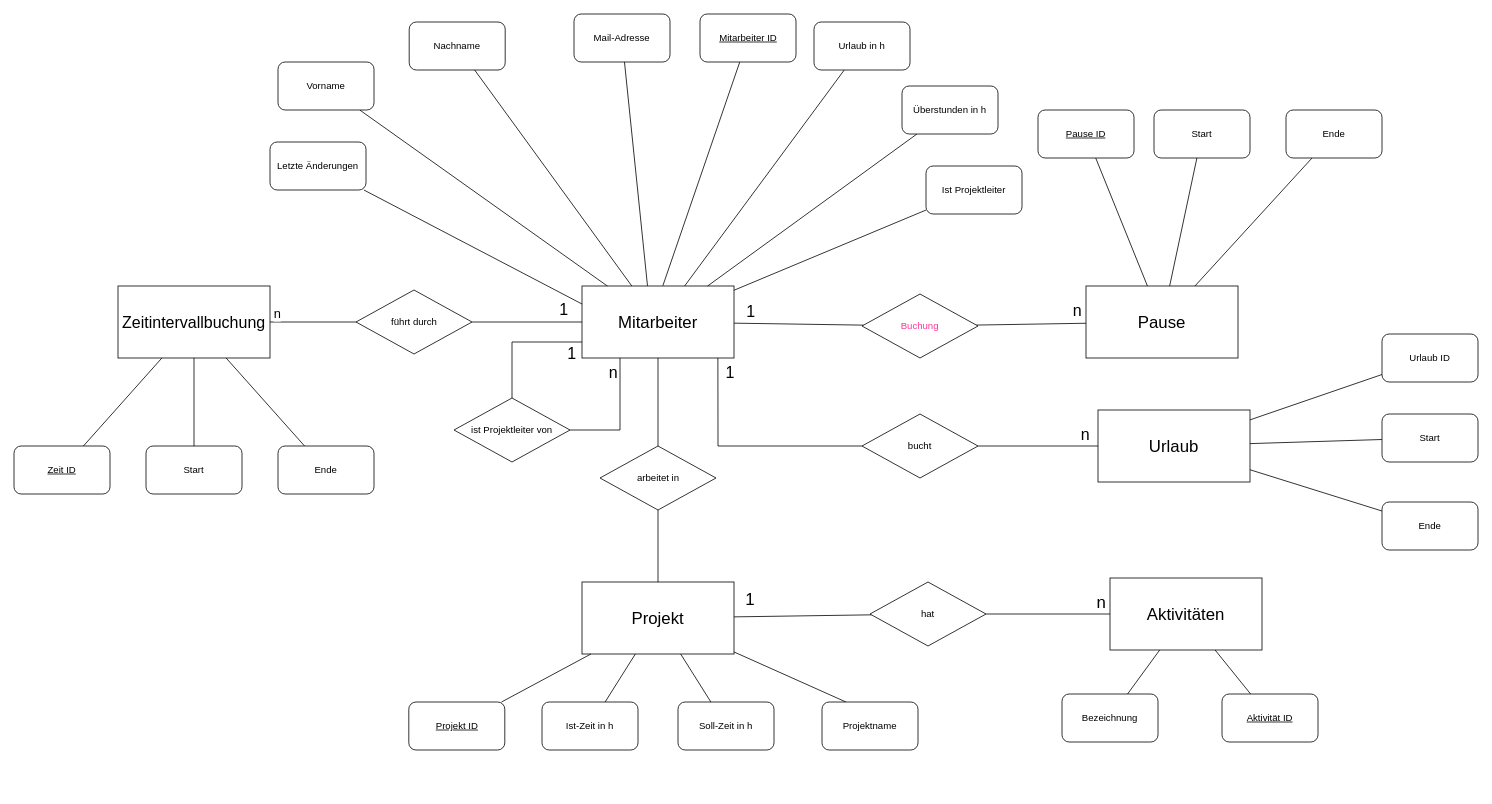
advocatecoding/SoPra_Team12 keeps this draw.io diagram as Untitled Diagram.drawio. Above is the earlier version. Source tidied: cells renumbered, new cells numbered last; positions are measured from the earlier drawing's top-left corner, leaving out a move shared by most shapes. Both pictures are drawn from the tidied source at 80%, with x=0, y=0 at pixel (14, 14).
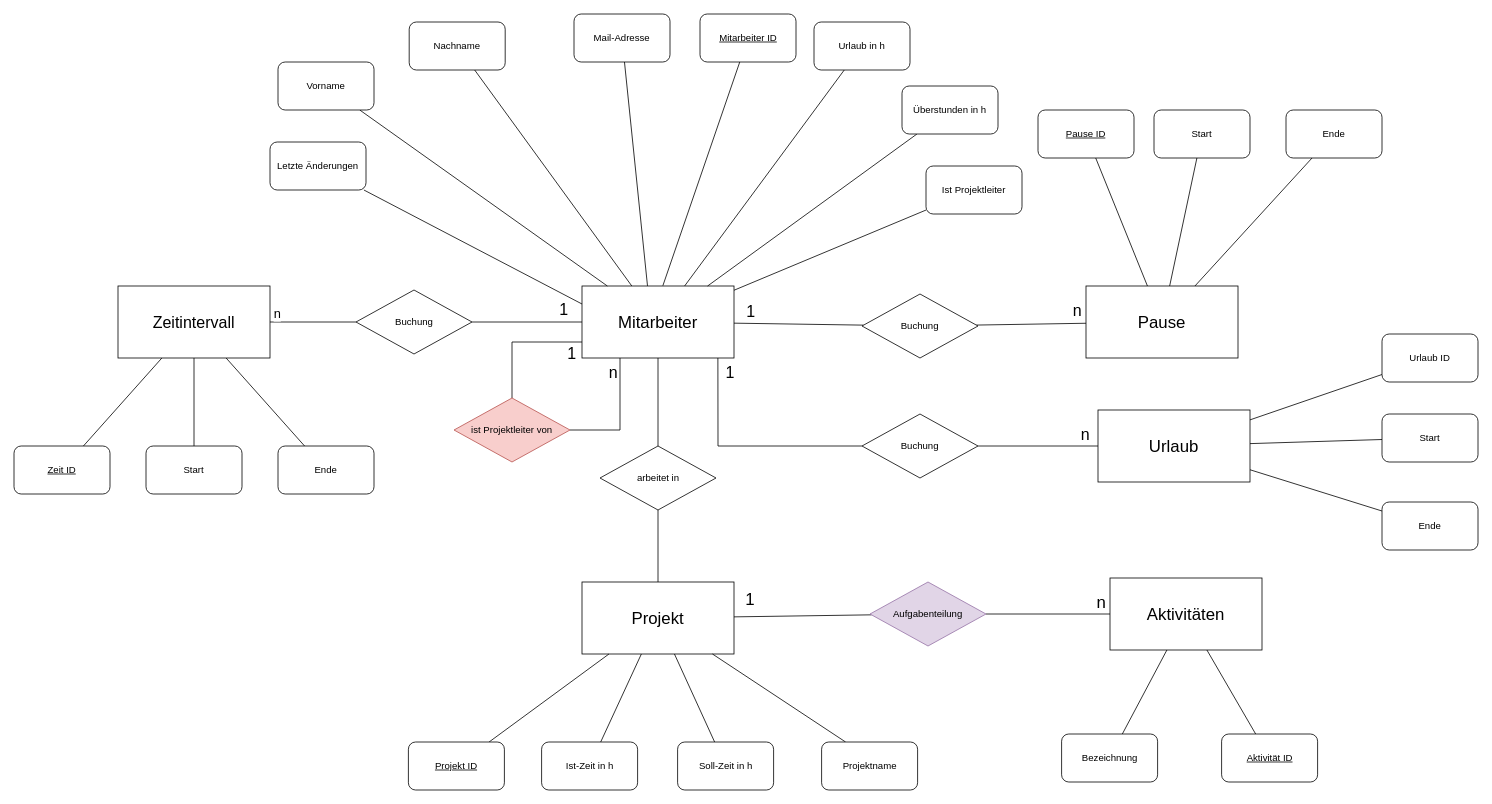
The same page after the edit.

The edit, as a diff of the source:
```diff
@@
-    <mxCell id="28" value="ist Projektleiter von" style="rhombus;whiteSpace=wrap;html=1;rounded=0;" parent="1" vertex="1">
+    <mxCell id="28" value="ist Projektleiter von" style="rhombus;whiteSpace=wrap;html=1;rounded=0;fillColor=#f8cecc;strokeColor=#b85450;" parent="1" vertex="1">
       <mxGeometry x="550" y="480" width="145" height="80" as="geometry" />
     </mxCell>
@@
     <mxCell id="39" value="&lt;u&gt;Projekt ID&lt;/u&gt;" style="rounded=1;whiteSpace=wrap;html=1;" parent="1" vertex="1">
-      <mxGeometry x="493.5" y="860" width="120" height="60" as="geometry" />
+      <mxGeometry x="493" y="910" width="120" height="60" as="geometry" />
     </mxCell>
     <mxCell id="40" value="Ist-Zeit in h" style="rounded=1;whiteSpace=wrap;html=1;" parent="1" vertex="1">
-      <mxGeometry x="660" y="860" width="120" height="60" as="geometry" />
+      <mxGeometry x="659.5" y="910" width="120" height="60" as="geometry" />
     </mxCell>
@@
     <mxCell id="42" value="Soll-Zeit in h" style="rounded=1;whiteSpace=wrap;html=1;" parent="1" vertex="1">
-      <mxGeometry x="830" y="860" width="120" height="60" as="geometry" />
+      <mxGeometry x="829.5" y="910" width="120" height="60" as="geometry" />
     </mxCell>
@@
     <mxCell id="44" value="Projektname" style="rounded=1;whiteSpace=wrap;html=1;" parent="1" vertex="1">
-      <mxGeometry x="1010" y="860" width="120" height="60" as="geometry" />
+      <mxGeometry x="1009.5" y="910" width="120" height="60" as="geometry" />
     </mxCell>
@@
-    <mxCell id="47" value="hat" style="rhombus;whiteSpace=wrap;html=1;rounded=0;" parent="1" vertex="1">
+    <mxCell id="47" value="Aufgabenteilung" style="rhombus;whiteSpace=wrap;html=1;rounded=0;fillColor=#e1d5e7;strokeColor=#9673a6;" parent="1" vertex="1">
       <mxGeometry x="1070" y="710" width="145" height="80" as="geometry" />
     </mxCell>
@@
     <mxCell id="50" value="Aktivität ID" style="rounded=1;whiteSpace=wrap;html=1;fontStyle=4;" parent="1" vertex="1">
-      <mxGeometry x="1510" y="850" width="120" height="60" as="geometry" />
+      <mxGeometry x="1509.5" y="900" width="120" height="60" as="geometry" />
     </mxCell>
@@
     <mxCell id="52" value="Bezeichnung" style="rounded=1;whiteSpace=wrap;html=1;fontStyle=0;" parent="1" vertex="1">
-      <mxGeometry x="1310" y="850" width="120" height="60" as="geometry" />
+      <mxGeometry x="1309.5" y="900" width="120" height="60" as="geometry" />
     </mxCell>
@@
-    <mxCell id="54" value="&lt;font color=&quot;#ff3399&quot;&gt;Buchung&lt;/font&gt;" style="rhombus;whiteSpace=wrap;html=1;rounded=0;" parent="1" vertex="1">
+    <mxCell id="54" value="Buchung" style="rhombus;whiteSpace=wrap;html=1;rounded=0;" parent="1" vertex="1">
       <mxGeometry x="1060" y="350" width="145" height="80" as="geometry" />
     </mxCell>
@@
-    <mxCell id="58" value="bucht" style="rhombus;whiteSpace=wrap;html=1;rounded=0;" parent="1" vertex="1">
+    <mxCell id="58" value="Buchung" style="rhombus;whiteSpace=wrap;html=1;rounded=0;" parent="1" vertex="1">
       <mxGeometry x="1060" y="500" width="145" height="80" as="geometry" />
     </mxCell>
@@
-    <mxCell id="71" value="&lt;font style=&quot;font-size: 20px&quot;&gt;Zeitintervallbuchung&lt;/font&gt;" style="rounded=0;whiteSpace=wrap;html=1;" parent="1" vertex="1">
+    <mxCell id="71" value="&lt;font style=&quot;font-size: 20px&quot;&gt;Zeitintervall&lt;/font&gt;" style="rounded=0;whiteSpace=wrap;html=1;" parent="1" vertex="1">
       <mxGeometry x="130" y="340" width="190" height="90" as="geometry" />
     </mxCell>
@@
-    <mxCell id="78" value="führt durch" style="rhombus;whiteSpace=wrap;html=1;rounded=0;" parent="1" vertex="1">
+    <mxCell id="78" value="Buchung" style="rhombus;whiteSpace=wrap;html=1;rounded=0;" parent="1" vertex="1">
       <mxGeometry x="427.5" y="345" width="145" height="80" as="geometry" />
     </mxCell>
```
